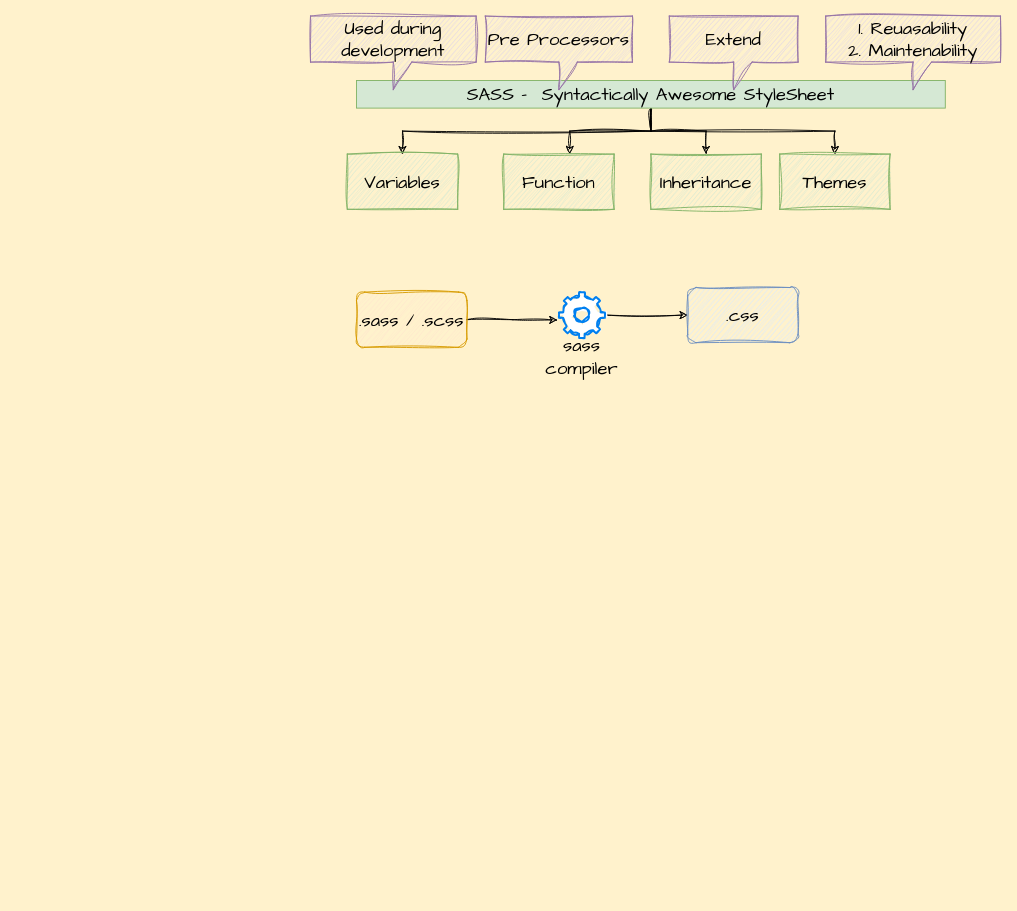
Above: page "Page-3" (3 of 3) of SupportingDocs/MW_AdvS_June_23..drawio in SumeetWajpe/MW_Advanced_Javascript_June_2023 (draw.io), before the change. Source tidied: cells renumbered, new cells numbered last; positions are measured from the earlier drawing's top-left corner, leaving out a move shared by most shapes. Both pictures are drawn from the tidied source at 92%, with x=0, y=0 at pixel (310, 16).
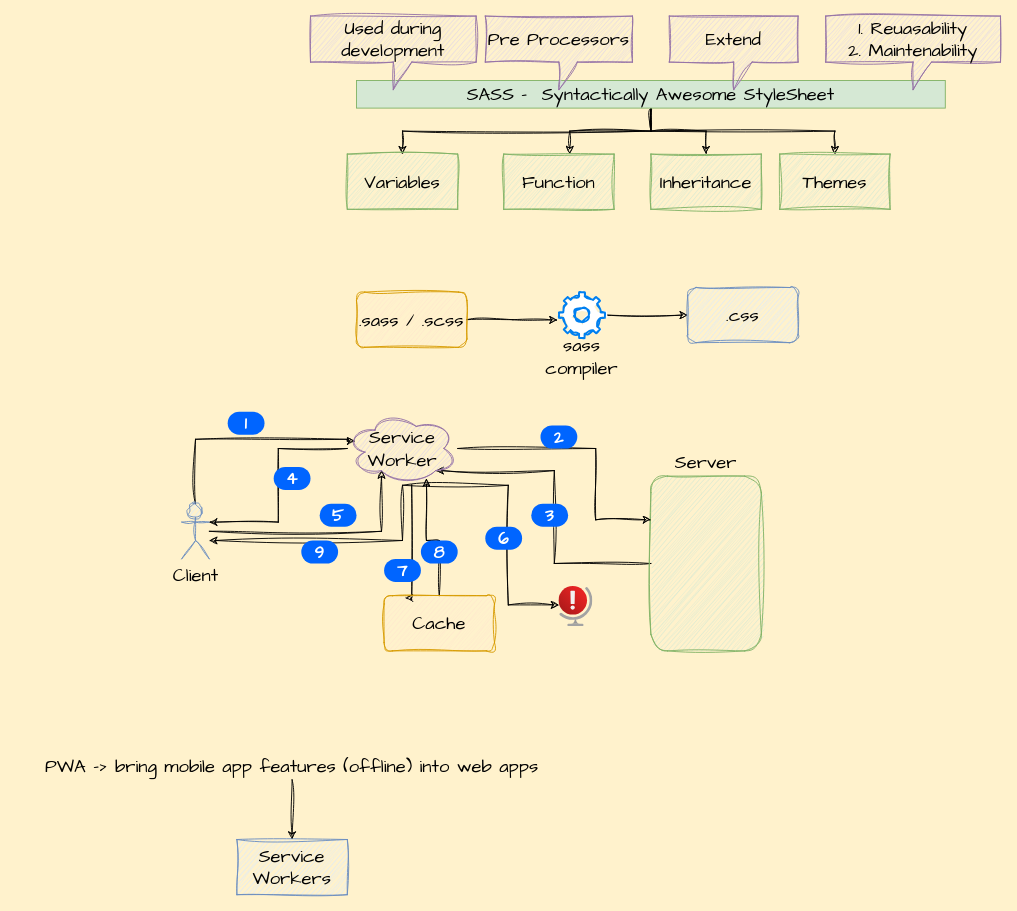
The same page after the edit.

Commit message (it also covers changes not shown here):
✨ Configuring Cache with Service Worker

Change to the diagram source:
```diff
@@
+    <mxCell id="21" style="edgeStyle=orthogonalEdgeStyle;rounded=0;sketch=1;hachureGap=4;jiggle=2;curveFitting=1;jettySize=auto;html=1;fontFamily=Architects Daughter;fontSize=16;entryX=0.8;entryY=0.8;entryDx=0;entryDy=0;entryPerimeter=0;" parent="1" edge="1" source="22" target="35">
+      <mxGeometry relative="1" as="geometry" />
+    </mxCell>
+    <mxCell id="22" style="rounded=1;whiteSpace=wrap;html=1;sketch=1;hachureGap=4;jiggle=2;curveFitting=1;fontFamily=Architects Daughter;fontSize=20;fillColor=#d5e8d4;strokeColor=#82b366;" parent="1" vertex="1">
+      <mxGeometry x="370" y="500" width="120" height="190" as="geometry" />
+    </mxCell>
+    <mxCell id="23" style="edgeStyle=orthogonalEdgeStyle;rounded=0;sketch=1;hachureGap=4;jiggle=2;curveFitting=1;jettySize=auto;html=1;entryX=0.07;entryY=0.4;entryDx=0;entryDy=0;entryPerimeter=0;fontFamily=Architects Daughter;fontSize=16;" parent="1" edge="1" source="25" target="35">
+      <mxGeometry relative="1" as="geometry">
+        <Array as="points">
+          <mxPoint x="-125" y="460" />
+          <mxPoint x="40" y="460" />
+          <mxPoint x="40" y="462" />
+        </Array>
+      </mxGeometry>
+    </mxCell>
+    <mxCell id="24" style="edgeStyle=orthogonalEdgeStyle;rounded=0;sketch=1;hachureGap=4;jiggle=2;curveFitting=1;jettySize=auto;html=1;entryX=0.31;entryY=0.8;entryDx=0;entryDy=0;entryPerimeter=0;fontFamily=Architects Daughter;fontSize=16;" parent="1" edge="1" source="25" target="35">
+      <mxGeometry relative="1" as="geometry" />
+    </mxCell>
+    <mxCell id="25" value="Client" style="shape=umlActor;verticalLabelPosition=bottom;verticalAlign=top;html=1;outlineConnect=0;sketch=1;hachureGap=4;jiggle=2;curveFitting=1;fontFamily=Architects Daughter;fontSize=20;fillColor=#dae8fc;strokeColor=#6c8ebf;" parent="1" vertex="1">
+      <mxGeometry x="-140" y="530" width="30" height="60" as="geometry" />
+    </mxCell>
+    <mxCell id="26" value="Server" style="text;html=1;strokeColor=none;fillColor=none;align=center;verticalAlign=middle;whiteSpace=wrap;rounded=0;fontSize=20;fontFamily=Architects Daughter;" parent="1" vertex="1">
+      <mxGeometry x="400" y="470" width="60" height="30" as="geometry" />
+    </mxCell>
+    <mxCell id="27" style="edgeStyle=orthogonalEdgeStyle;rounded=0;sketch=1;hachureGap=4;jiggle=2;curveFitting=1;jettySize=auto;html=1;fontFamily=Architects Daughter;fontSize=16;" parent="1" edge="1" source="28" target="29">
+      <mxGeometry relative="1" as="geometry" />
+    </mxCell>
+    <mxCell id="28" value="PWA -&amp;gt; bring mobile app features (offline) into web apps" style="text;html=1;strokeColor=none;fillColor=none;align=center;verticalAlign=middle;whiteSpace=wrap;rounded=0;fontSize=20;fontFamily=Architects Daughter;" parent="1" vertex="1">
+      <mxGeometry x="-320" y="800" width="600" height="30" as="geometry" />
+    </mxCell>
+    <mxCell id="29" value="Service Workers" style="whiteSpace=wrap;html=1;sketch=1;hachureGap=4;jiggle=2;curveFitting=1;fontFamily=Architects Daughter;fontSize=20;fillColor=#dae8fc;strokeColor=#6c8ebf;" parent="1" vertex="1">
+      <mxGeometry x="-80" y="895" width="120" height="60" as="geometry" />
+    </mxCell>
+    <mxCell id="30" style="edgeStyle=orthogonalEdgeStyle;rounded=0;sketch=1;hachureGap=4;jiggle=2;curveFitting=1;jettySize=auto;html=1;entryX=0;entryY=0.25;entryDx=0;entryDy=0;fontFamily=Architects Daughter;fontSize=16;" parent="1" edge="1" source="35" target="22">
+      <mxGeometry relative="1" as="geometry">
+        <Array as="points">
+          <mxPoint x="310" y="470" />
+          <mxPoint x="310" y="547" />
+        </Array>
+      </mxGeometry>
+    </mxCell>
+    <mxCell id="31" style="edgeStyle=orthogonalEdgeStyle;rounded=0;sketch=1;hachureGap=4;jiggle=2;curveFitting=1;jettySize=auto;html=1;entryX=1;entryY=0.3333333333333333;entryDx=0;entryDy=0;entryPerimeter=0;fontFamily=Architects Daughter;fontSize=16;" parent="1" edge="1" source="35" target="25">
+      <mxGeometry relative="1" as="geometry" />
+    </mxCell>
+    <mxCell id="32" style="edgeStyle=orthogonalEdgeStyle;rounded=0;sketch=1;hachureGap=4;jiggle=2;curveFitting=1;jettySize=auto;html=1;entryX=0.19;entryY=0.038;entryDx=0;entryDy=0;entryPerimeter=0;fontFamily=Architects Daughter;fontSize=16;" parent="1" edge="1" source="35" target="37">
+      <mxGeometry relative="1" as="geometry">
+        <Array as="points">
+          <mxPoint x="110" y="632" />
+        </Array>
+      </mxGeometry>
+    </mxCell>
+    <mxCell id="33" style="edgeStyle=orthogonalEdgeStyle;rounded=0;sketch=1;hachureGap=4;jiggle=2;curveFitting=1;jettySize=auto;html=1;fontFamily=Architects Daughter;fontSize=16;" parent="1" edge="1" source="35" target="25">
+      <mxGeometry relative="1" as="geometry">
+        <Array as="points">
+          <mxPoint x="100" y="570" />
+        </Array>
+      </mxGeometry>
+    </mxCell>
+    <mxCell id="34" style="edgeStyle=orthogonalEdgeStyle;rounded=0;sketch=1;hachureGap=4;jiggle=2;curveFitting=1;jettySize=auto;html=1;entryX=0;entryY=0.46;entryDx=0;entryDy=0;entryPerimeter=0;fontFamily=Architects Daughter;fontSize=16;" parent="1" edge="1" source="35" target="43">
+      <mxGeometry relative="1" as="geometry">
+        <Array as="points">
+          <mxPoint x="215" y="510" />
+          <mxPoint x="215" y="640" />
+        </Array>
+      </mxGeometry>
+    </mxCell>
+    <mxCell id="35" value="Service Worker" style="ellipse;shape=cloud;whiteSpace=wrap;html=1;sketch=1;hachureGap=4;jiggle=2;curveFitting=1;fontFamily=Architects Daughter;fontSize=20;fillColor=#e1d5e7;strokeColor=#9673a6;" parent="1" vertex="1">
+      <mxGeometry x="40" y="430" width="120" height="80" as="geometry" />
+    </mxCell>
+    <mxCell id="36" style="edgeStyle=orthogonalEdgeStyle;rounded=0;sketch=1;hachureGap=4;jiggle=2;curveFitting=1;jettySize=auto;html=1;entryX=0.717;entryY=0.908;entryDx=0;entryDy=0;entryPerimeter=0;fontFamily=Architects Daughter;fontSize=16;" parent="1" edge="1" source="37" target="35">
+      <mxGeometry relative="1" as="geometry" />
+    </mxCell>
+    <mxCell id="37" value="Cache" style="rounded=1;whiteSpace=wrap;html=1;sketch=1;hachureGap=4;jiggle=2;curveFitting=1;fontFamily=Architects Daughter;fontSize=20;fillColor=#ffe6cc;strokeColor=#d79b00;" parent="1" vertex="1">
+      <mxGeometry x="80" y="630" width="120" height="60" as="geometry" />
+    </mxCell>
+    <mxCell id="38" value="1" style="rounded=1;fillColor=#0065FF;strokeColor=none;html=1;fontColor=#ffffff;align=center;verticalAlign=middle;whiteSpace=wrap;fontSize=18;fontStyle=1;arcSize=50;sketch=0;hachureGap=4;jiggle=2;curveFitting=1;fontFamily=Architects Daughter;" parent="1" vertex="1">
+      <mxGeometry x="-90" y="430" width="40" height="25" as="geometry" />
+    </mxCell>
+    <mxCell id="39" value="2" style="rounded=1;fillColor=#0065FF;strokeColor=none;html=1;fontColor=#ffffff;align=center;verticalAlign=middle;whiteSpace=wrap;fontSize=18;fontStyle=1;arcSize=50;sketch=0;hachureGap=4;jiggle=2;curveFitting=1;fontFamily=Architects Daughter;" parent="1" vertex="1">
+      <mxGeometry x="250" y="445" width="40" height="25" as="geometry" />
+    </mxCell>
+    <mxCell id="40" value="3" style="rounded=1;fillColor=#0065FF;strokeColor=none;html=1;fontColor=#ffffff;align=center;verticalAlign=middle;whiteSpace=wrap;fontSize=18;fontStyle=1;arcSize=50;sketch=0;hachureGap=4;jiggle=2;curveFitting=1;fontFamily=Architects Daughter;" parent="1" vertex="1">
+      <mxGeometry x="240" y="530" width="40" height="25" as="geometry" />
+    </mxCell>
+    <mxCell id="41" value="4" style="rounded=1;fillColor=#0065FF;strokeColor=none;html=1;fontColor=#ffffff;align=center;verticalAlign=middle;whiteSpace=wrap;fontSize=18;fontStyle=1;arcSize=50;sketch=0;hachureGap=4;jiggle=2;curveFitting=1;fontFamily=Architects Daughter;" parent="1" vertex="1">
+      <mxGeometry x="-40" y="490" width="40" height="25" as="geometry" />
+    </mxCell>
+    <mxCell id="42" value="5" style="rounded=1;fillColor=#0065FF;strokeColor=none;html=1;fontColor=#ffffff;align=center;verticalAlign=middle;whiteSpace=wrap;fontSize=18;fontStyle=1;arcSize=50;sketch=0;hachureGap=4;jiggle=2;curveFitting=1;fontFamily=Architects Daughter;" parent="1" vertex="1">
+      <mxGeometry x="10" y="530" width="40" height="25" as="geometry" />
+    </mxCell>
+    <mxCell id="43" style="image;html=1;points=[];align=center;fontSize=12;image=img/lib/azure2/general/Globe_Error.svg;sketch=1;hachureGap=4;jiggle=2;curveFitting=1;fontFamily=Architects Daughter;" parent="1" vertex="1">
+      <mxGeometry x="270" y="620" width="36.9" height="43.5" as="geometry" />
+    </mxCell>
+    <mxCell id="44" value="6" style="rounded=1;fillColor=#0065FF;strokeColor=none;html=1;fontColor=#ffffff;align=center;verticalAlign=middle;whiteSpace=wrap;fontSize=18;fontStyle=1;arcSize=50;sketch=0;hachureGap=4;jiggle=2;curveFitting=1;fontFamily=Architects Daughter;" parent="1" vertex="1">
+      <mxGeometry x="190" y="555" width="40" height="25" as="geometry" />
+    </mxCell>
+    <mxCell id="45" value="7" style="rounded=1;fillColor=#0065FF;strokeColor=none;html=1;fontColor=#ffffff;align=center;verticalAlign=middle;whiteSpace=wrap;fontSize=18;fontStyle=1;arcSize=50;sketch=0;hachureGap=4;jiggle=2;curveFitting=1;fontFamily=Architects Daughter;" parent="1" vertex="1">
+      <mxGeometry x="80" y="590" width="40" height="25" as="geometry" />
+    </mxCell>
+    <mxCell id="46" value="8" style="rounded=1;fillColor=#0065FF;strokeColor=none;html=1;fontColor=#ffffff;align=center;verticalAlign=middle;whiteSpace=wrap;fontSize=18;fontStyle=1;arcSize=50;sketch=0;hachureGap=4;jiggle=2;curveFitting=1;fontFamily=Architects Daughter;" parent="1" vertex="1">
+      <mxGeometry x="120" y="570" width="40" height="25" as="geometry" />
+    </mxCell>
+    <mxCell id="47" value="9" style="rounded=1;fillColor=#0065FF;strokeColor=none;html=1;fontColor=#ffffff;align=center;verticalAlign=middle;whiteSpace=wrap;fontSize=18;fontStyle=1;arcSize=50;sketch=0;hachureGap=4;jiggle=2;curveFitting=1;fontFamily=Architects Daughter;" parent="1" vertex="1">
+      <mxGeometry x="-10" y="570" width="40" height="25" as="geometry" />
+    </mxCell>
```
